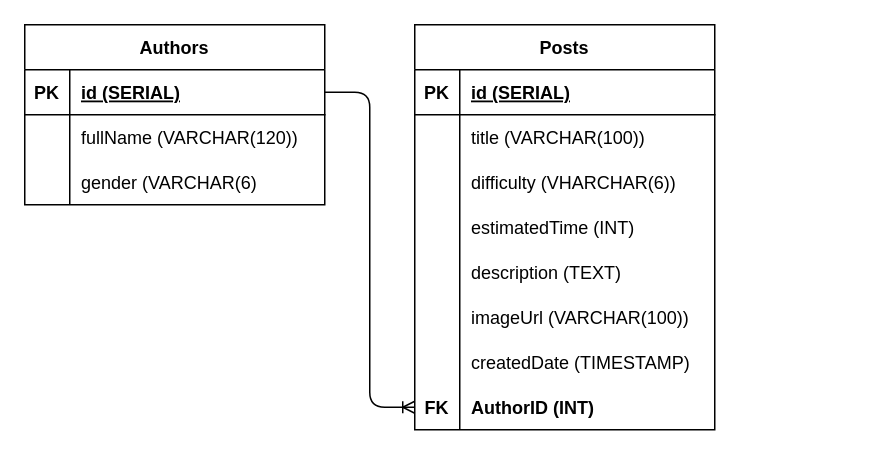
This is schema.drawio from dekalouis/DIY-platform, a draw.io file, before an edit. Source tidied: cells renumbered, new cells numbered last; positions are measured from the earlier drawing's top-left corner, leaving out a move shared by most shapes. Both pictures are drawn from the tidied source at 150%, with x=0, y=0 at pixel (24, 24).
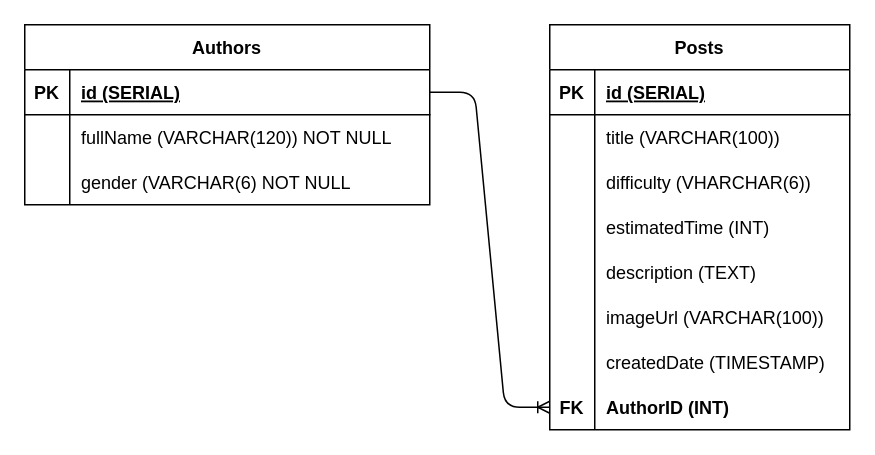
The same page after the edit.

Change to the diagram source:
```diff
@@
     <mxCell id="2" value="Authors" style="shape=table;startSize=30;childLayout=tableLayout;rowLines=0;fontStyle=1;align=center;" parent="1" vertex="1">
-      <mxGeometry width="200" height="120" as="geometry" />
+      <mxGeometry width="270" height="120" as="geometry" />
     </mxCell>
     <mxCell id="3" style="shape=tableRow;horizontal=0;startSize=0;swimlaneHead=0;swimlaneBody=0;fillColor=none;points=[[0,0.5],[1,0.5]];portConstraint=eastwest;top=0;left=0;right=0;bottom=1;" parent="2" vertex="1">
-      <mxGeometry y="30" width="200" height="30" as="geometry" />
+      <mxGeometry y="30" width="270" height="30" as="geometry" />
     </mxCell>
@@
     <mxCell id="5" value="id (SERIAL)" style="shape=partialRectangle;fillColor=none;top=0;left=0;bottom=0;right=0;align=left;spacingLeft=6;fontStyle=5;overflow=hidden;" parent="3" vertex="1">
-      <mxGeometry x="30" width="170" height="30" as="geometry" />
+      <mxGeometry x="30" width="240" height="30" as="geometry" />
     </mxCell>
     <mxCell id="6" style="shape=tableRow;horizontal=0;startSize=0;swimlaneHead=0;swimlaneBody=0;fillColor=none;top=0;left=0;right=0;bottom=0;" parent="2" vertex="1">
-      <mxGeometry y="60" width="200" height="30" as="geometry" />
+      <mxGeometry y="60" width="270" height="30" as="geometry" />
     </mxCell>
@@
-    <mxCell id="8" value="fullName (VARCHAR(120))" style="shape=partialRectangle;fillColor=none;top=0;left=0;bottom=0;right=0;align=left;spacingLeft=6;overflow=hidden;" parent="6" vertex="1">
-      <mxGeometry x="30" width="170" height="30" as="geometry" />
+    <mxCell id="8" value="fullName (VARCHAR(120)) NOT NULL" style="shape=partialRectangle;fillColor=none;top=0;left=0;bottom=0;right=0;align=left;spacingLeft=6;overflow=hidden;" parent="6" vertex="1">
+      <mxGeometry x="30" width="240" height="30" as="geometry" />
     </mxCell>
     <mxCell id="9" style="shape=tableRow;horizontal=0;startSize=0;swimlaneHead=0;swimlaneBody=0;fillColor=none;top=0;left=0;right=0;bottom=0;" parent="2" vertex="1">
-      <mxGeometry y="90" width="200" height="30" as="geometry" />
+      <mxGeometry y="90" width="270" height="30" as="geometry" />
     </mxCell>
@@
-    <mxCell id="11" value="gender (VARCHAR(6)" style="shape=partialRectangle;fillColor=none;top=0;left=0;bottom=0;right=0;align=left;spacingLeft=6;overflow=hidden;" parent="9" vertex="1">
-      <mxGeometry x="30" width="170" height="30" as="geometry" />
+    <mxCell id="11" value="gender (VARCHAR(6) NOT NULL" style="shape=partialRectangle;fillColor=none;top=0;left=0;bottom=0;right=0;align=left;spacingLeft=6;overflow=hidden;" parent="9" vertex="1">
+      <mxGeometry x="30" width="240" height="30" as="geometry" />
     </mxCell>
     <mxCell id="12" value="Posts" style="shape=table;startSize=30;childLayout=tableLayout;rowLines=0;fontStyle=1;align=center;" parent="1" vertex="1">
-      <mxGeometry x="260" width="200" height="270" as="geometry" />
+      <mxGeometry x="350" width="200" height="270" as="geometry" />
     </mxCell>
```
